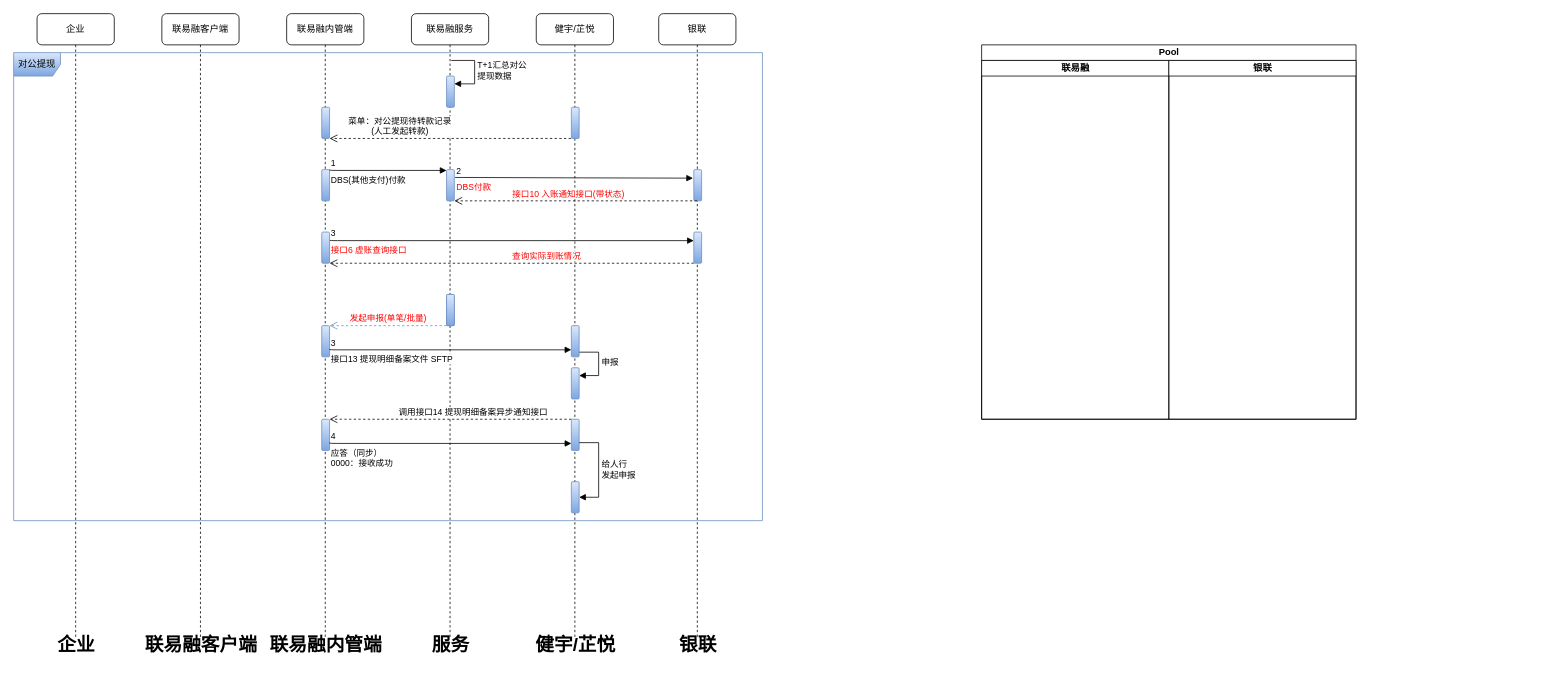
Before: LLSI/对公还原申报异常处理.drawio in 0573xieguojia/To-program, a draw.io diagram. Source tidied: cells renumbered, new cells numbered last; positions are measured from the earlier drawing's top-left corner, leaving out a move shared by most shapes. Both pictures are drawn from the tidied source at 78%, with x=0, y=0 at pixel (13, 13).
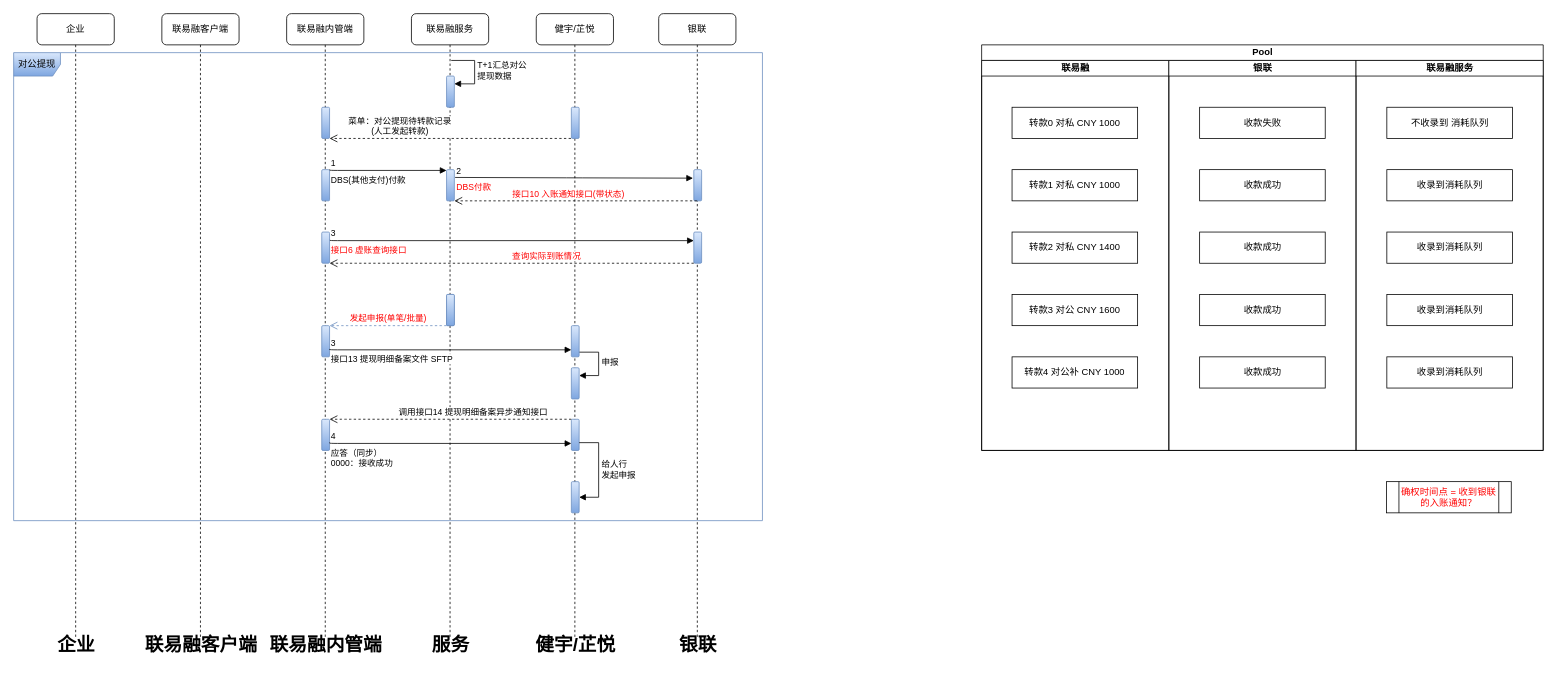
Above is the later version.

Commit message (it also covers changes not shown here):
更新对公还原申报异常处理.drawio

Change to the diagram source:
```diff
@@
     <mxCell id="49" value="Pool" style="swimlane;startSize=20;html=1;" parent="1" vertex="1">
-      <mxGeometry x="1241" y="40" width="480" height="480" as="geometry" />
+      <mxGeometry x="1241" y="40" width="720" height="520" as="geometry" />
     </mxCell>
     <mxCell id="50" value="联易融" style="swimlane;startSize=20;html=1;" parent="49" vertex="1">
-      <mxGeometry y="20" width="240" height="460" as="geometry" />
+      <mxGeometry y="20" width="240" height="500" as="geometry" />
     </mxCell>
+    <mxCell id="52" value="转款1 对私 CNY 1000" style="rounded=0;whiteSpace=wrap;html=1;" parent="50" vertex="1">
+      <mxGeometry x="39" y="140" width="161" height="40" as="geometry" />
+    </mxCell>
+    <mxCell id="53" value="转款2 对私 CNY 1400" style="rounded=0;whiteSpace=wrap;html=1;" parent="50" vertex="1">
+      <mxGeometry x="39" y="220" width="161" height="40" as="geometry" />
+    </mxCell>
+    <mxCell id="54" value="转款3 对公 CNY 1600" style="rounded=0;whiteSpace=wrap;html=1;" parent="50" vertex="1">
+      <mxGeometry x="39" y="300" width="161" height="40" as="geometry" />
+    </mxCell>
+    <mxCell id="55" value="转款4 对公补 CNY 1000" style="rounded=0;whiteSpace=wrap;html=1;" parent="50" vertex="1">
+      <mxGeometry x="39" y="380" width="161" height="40" as="geometry" />
+    </mxCell>
+    <mxCell id="56" value="转款0 对私 CNY 1000" style="rounded=0;whiteSpace=wrap;html=1;" parent="50" vertex="1">
+      <mxGeometry x="39" y="60" width="161" height="40" as="geometry" />
+    </mxCell>
     <mxCell id="51" value="银联" style="swimlane;startSize=20;html=1;" parent="49" vertex="1">
-      <mxGeometry x="240" y="20" width="240" height="460" as="geometry" />
+      <mxGeometry x="240" y="20" width="240" height="500" as="geometry" />
     </mxCell>
+    <mxCell id="57" value="收款失败" style="rounded=0;whiteSpace=wrap;html=1;" parent="51" vertex="1">
+      <mxGeometry x="39.5" y="60" width="161" height="40" as="geometry" />
+    </mxCell>
+    <mxCell id="58" value="收款成功" style="rounded=0;whiteSpace=wrap;html=1;" parent="51" vertex="1">
+      <mxGeometry x="39.5" y="140" width="161" height="40" as="geometry" />
+    </mxCell>
+    <mxCell id="59" value="收款成功" style="rounded=0;whiteSpace=wrap;html=1;" parent="51" vertex="1">
+      <mxGeometry x="39.5" y="220" width="161" height="40" as="geometry" />
+    </mxCell>
+    <mxCell id="60" value="收款成功" style="rounded=0;whiteSpace=wrap;html=1;" parent="51" vertex="1">
+      <mxGeometry x="39.5" y="300" width="161" height="40" as="geometry" />
+    </mxCell>
+    <mxCell id="61" value="收款成功" style="rounded=0;whiteSpace=wrap;html=1;" parent="51" vertex="1">
+      <mxGeometry x="39.5" y="380" width="161" height="40" as="geometry" />
+    </mxCell>
+    <mxCell id="62" value="联易融服务" style="swimlane;startSize=20;html=1;" parent="49" vertex="1">
+      <mxGeometry x="480" y="20" width="240" height="500" as="geometry" />
+    </mxCell>
+    <mxCell id="63" value="不收录到 消耗队列" style="rounded=0;whiteSpace=wrap;html=1;" parent="62" vertex="1">
+      <mxGeometry x="39.5" y="60" width="161" height="40" as="geometry" />
+    </mxCell>
+    <mxCell id="64" value="收录到消耗队列" style="rounded=0;whiteSpace=wrap;html=1;" parent="62" vertex="1">
+      <mxGeometry x="39.5" y="140" width="161" height="40" as="geometry" />
+    </mxCell>
+    <mxCell id="65" value="收录到消耗队列" style="rounded=0;whiteSpace=wrap;html=1;" parent="62" vertex="1">
+      <mxGeometry x="39.5" y="220" width="161" height="40" as="geometry" />
+    </mxCell>
+    <mxCell id="66" value="收录到消耗队列" style="rounded=0;whiteSpace=wrap;html=1;" parent="62" vertex="1">
+      <mxGeometry x="39.5" y="300" width="161" height="40" as="geometry" />
+    </mxCell>
+    <mxCell id="67" value="收录到消耗队列" style="rounded=0;whiteSpace=wrap;html=1;" parent="62" vertex="1">
+      <mxGeometry x="39.5" y="380" width="161" height="40" as="geometry" />
+    </mxCell>
+    <mxCell id="68" value="确权时间点 = 收到银联的入账通知？" style="shape=process;whiteSpace=wrap;html=1;backgroundOutline=1;fontColor=#FF0000;" parent="1" vertex="1">
+      <mxGeometry x="1760" y="600" width="160" height="40" as="geometry" />
+    </mxCell>
```
